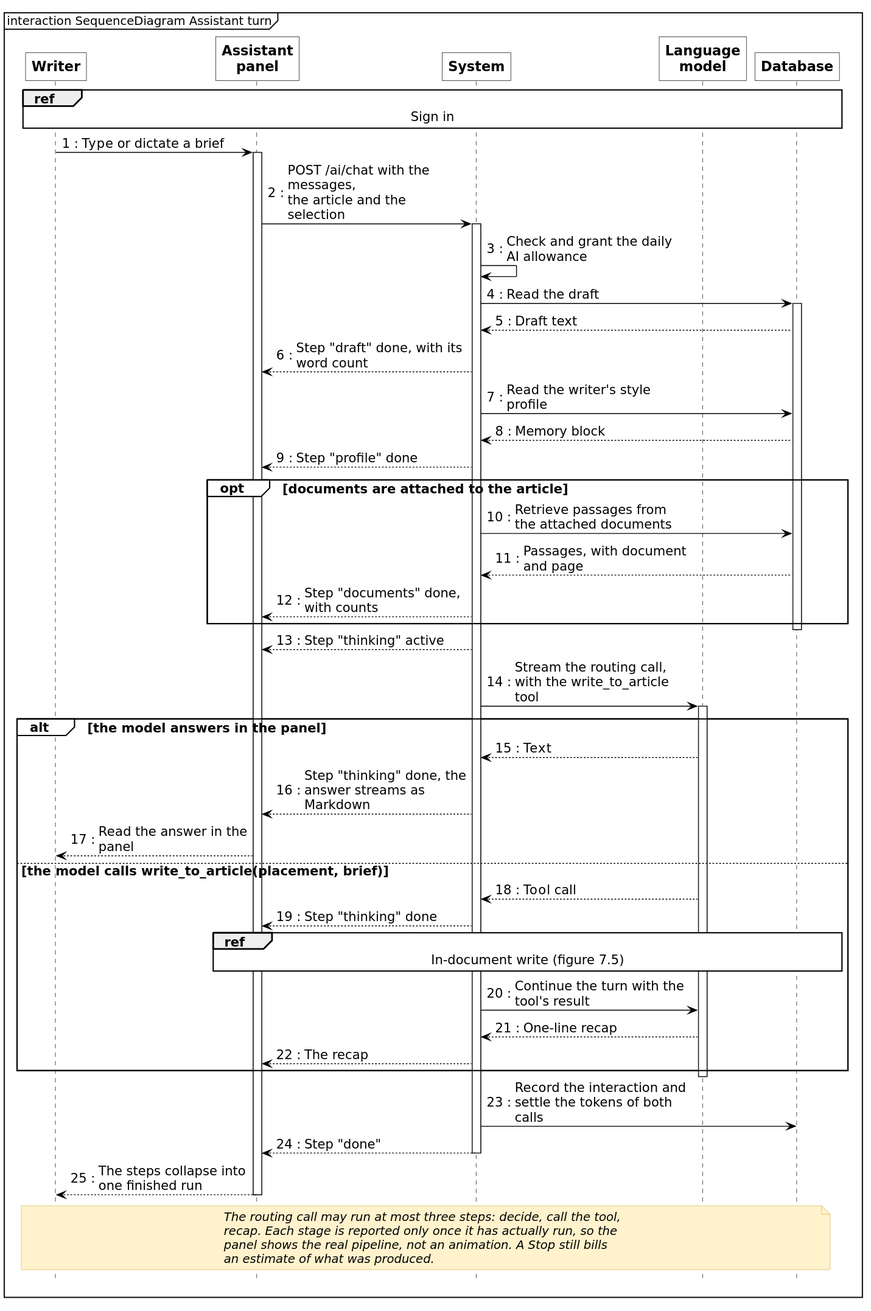
Above: diagrams/fig-7-4-sequence-assistant-turn/fig-7-4-sequence-assistant-turn.svg in inkwell-dev/spec.inkwell.ai (PlantUML), before the change.
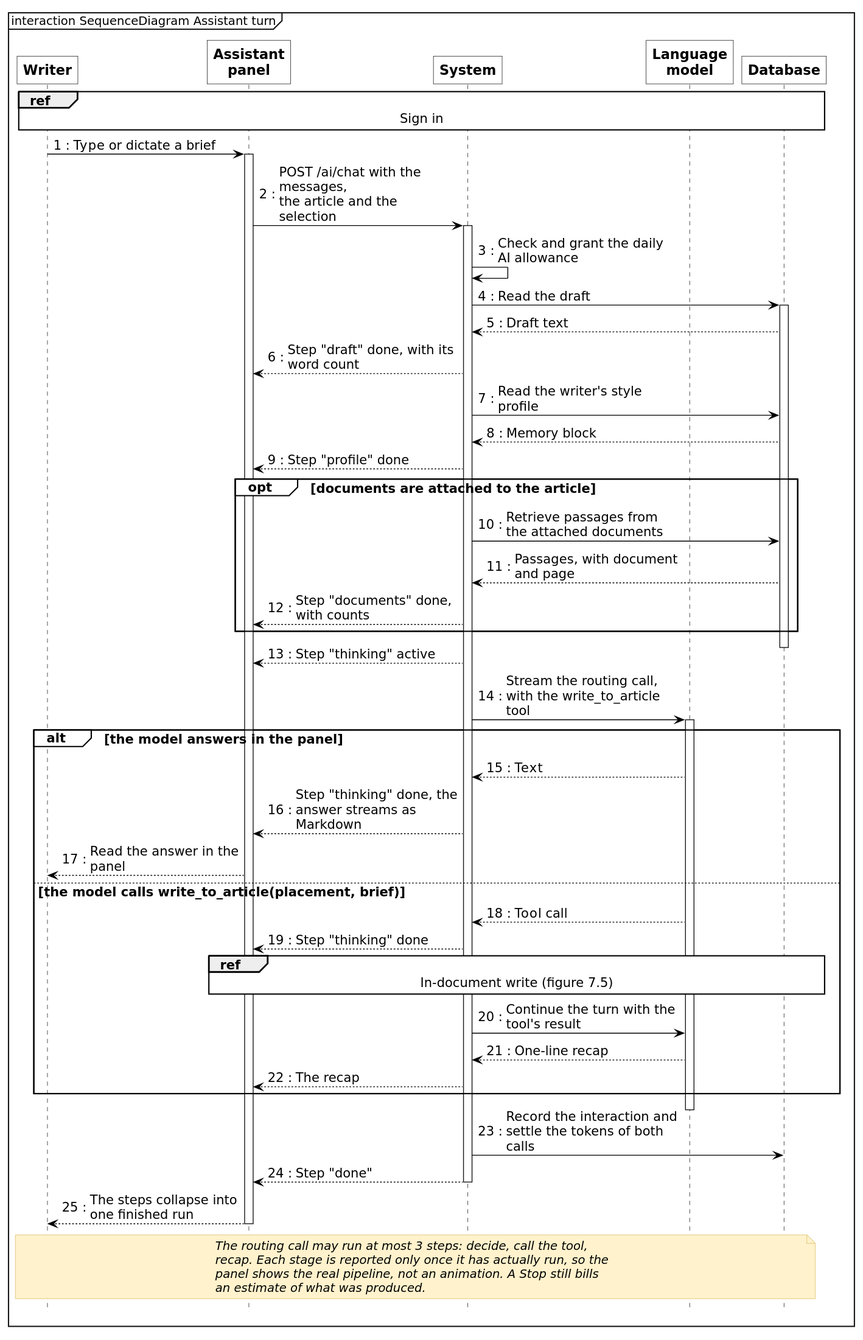
The same file after the commit.

Change to the diagram source:
```diff
@@ -57,7 +57,7 @@
 deactivate P
 
 note over R, D
-  The routing call may run at most three steps: decide, call the tool,
+  The routing call may run at most 3 steps: decide, call the tool,
   recap. Each stage is reported only once it has actually run, so the
   panel shows the real pipeline, not an animation. A Stop still bills
   an estimate of what was produced.
```
